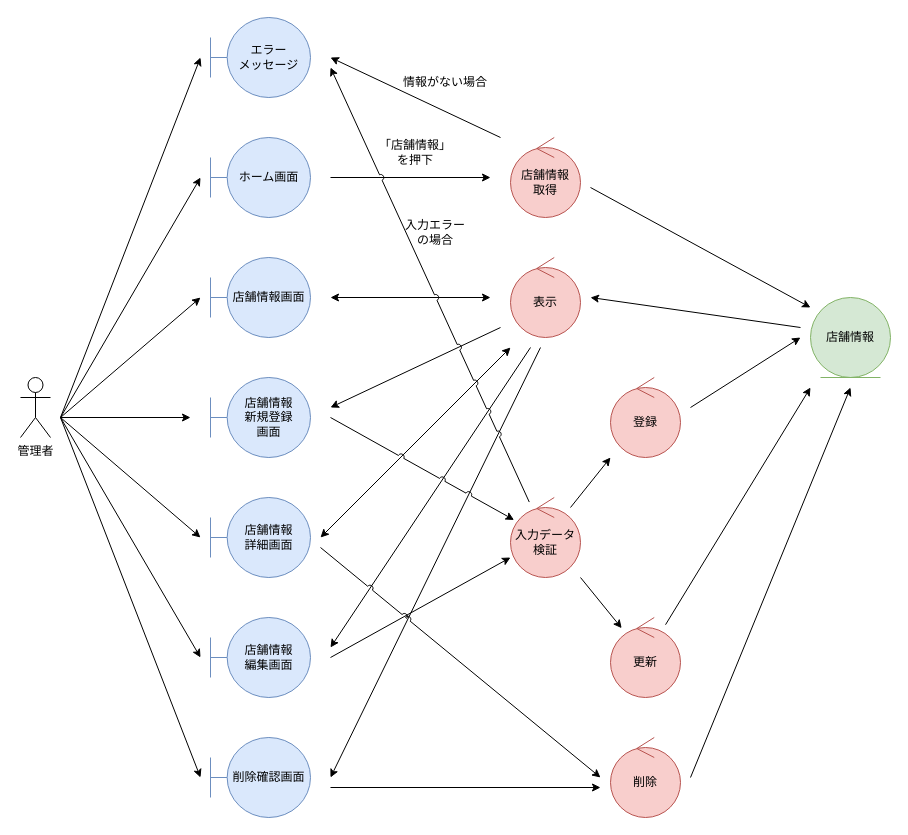
Earlier version of the draw.io diagram page "店舗情報管理" (2 of 7) of 各種設計書/3ロバストネス図/人事管理/従業員情報管理.drawio (HaruShim/Sotuken). Source tidied: cells renumbered, new cells numbered last; positions are measured from the earlier drawing's top-left corner, leaving out a move shared by most shapes. Both pictures are drawn from the tidied source at 100%, with x=0, y=0 at pixel (20, 17).
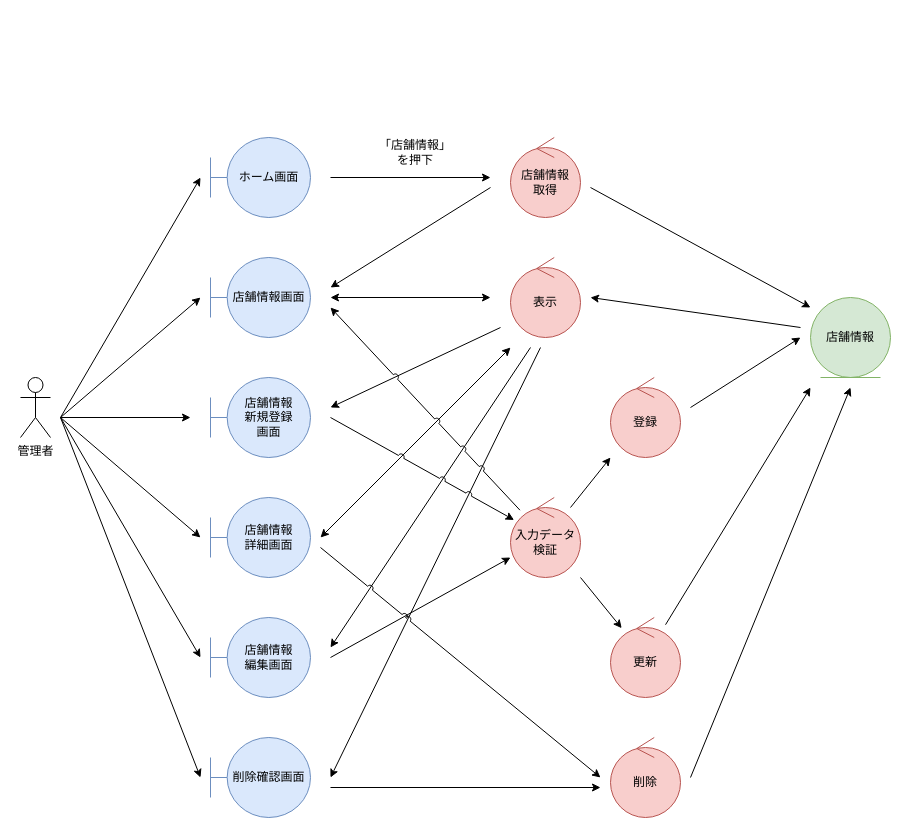
After the change.

The change refers to these unchanged cells:
```xml
<mxCell id="27" value="入力データ検証" style="ellipse;shape=umlControl;whiteSpace=wrap;html=1;fillColor=#f8cecc;strokeColor=#b85450;" parent="1" vertex="1">
  <mxGeometry x="490" y="480" width="70" height="80" as="geometry" />
</mxCell>
```

The edit, as a diff of the source:
```diff
@@
-    <mxCell id="23" value="エラー&lt;br&gt;メッセージ" style="shape=umlBoundary;whiteSpace=wrap;html=1;fillColor=#dae8fc;strokeColor=#6c8ebf;" parent="1" vertex="1">
-      <mxGeometry x="190" width="100" height="80" as="geometry" />
-    </mxCell>
     <mxCell id="24" style="endArrow=classic;html=1;rounded=0;" parent="1" edge="1">
       <mxGeometry relative="1" as="geometry">
-        <mxPoint x="480" y="120" as="sourcePoint" />
-        <mxPoint x="310" y="40" as="targetPoint" />
+        <mxPoint x="470" y="170" as="sourcePoint" />
+        <mxPoint x="310" y="270" as="targetPoint" />
       </mxGeometry>
     </mxCell>
-    <mxCell id="25" style="endArrow=classic;html=1;rounded=0;" parent="1" edge="1">
-      <mxGeometry relative="1" as="geometry">
-        <mxPoint x="40" y="400" as="sourcePoint" />
-        <mxPoint x="180" y="40" as="targetPoint" />
-      </mxGeometry>
-    </mxCell>
-    <mxCell id="26" value="情報がない場合" style="text;html=1;strokeColor=none;fillColor=none;align=center;verticalAlign=middle;whiteSpace=wrap;rounded=0;" parent="1" vertex="1">
-      <mxGeometry x="380" y="50" width="90" height="30" as="geometry" />
-    </mxCell>
@@
     <mxCell id="38" style="endArrow=classic;html=1;rounded=0;jumpStyle=arc;" parent="1" edge="1" source="27">
       <mxGeometry relative="1" as="geometry">
-        <mxPoint x="310" y="50" as="targetPoint" />
+        <mxPoint x="310" y="290" as="targetPoint" />
       </mxGeometry>
     </mxCell>
-    <mxCell id="39" value="入力エラー&lt;br&gt;の場合" style="text;html=1;strokeColor=none;fillColor=none;align=center;verticalAlign=middle;whiteSpace=wrap;rounded=0;" parent="1" vertex="1">
-      <mxGeometry x="370" y="200" width="90" height="30" as="geometry" />
-    </mxCell>
```
